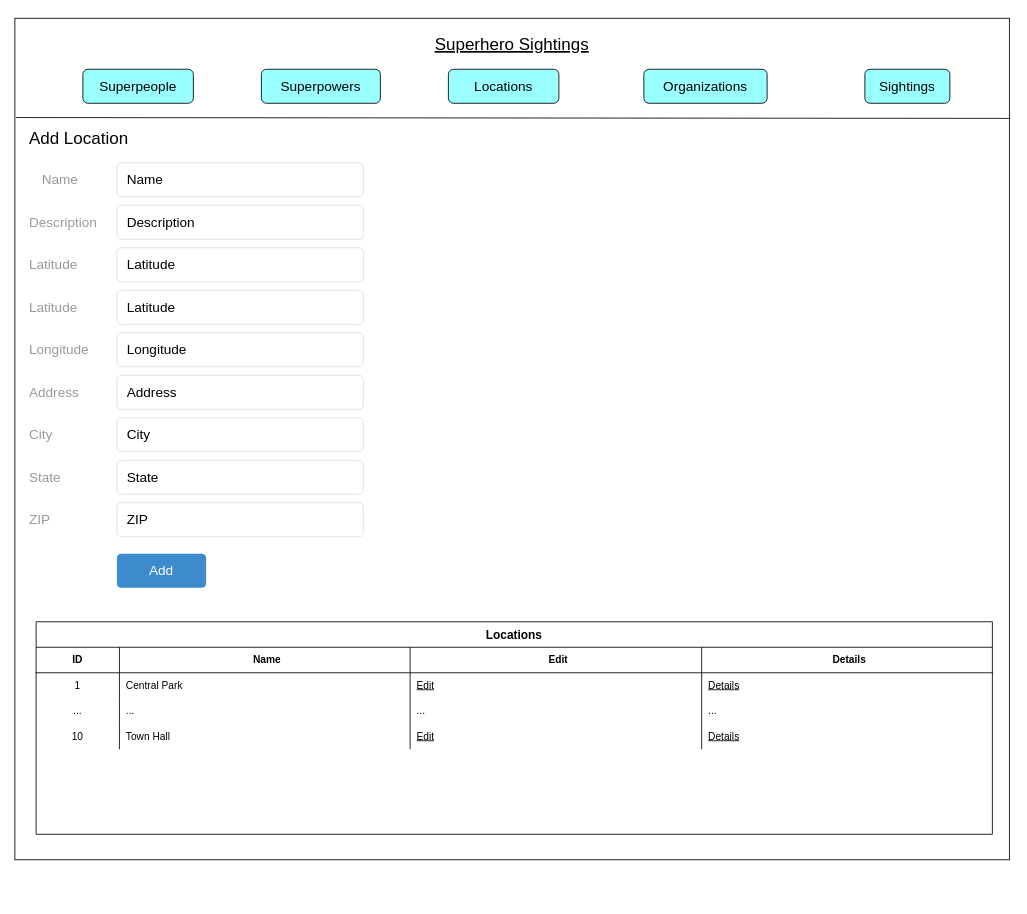
The-Software-Guild/superhero-sightings-assessment-austinwongdev keeps this draw.io diagram as page "Location add/list" (10 of 21) of superpersonsightings-wireframes.drawio. Above is the earlier version. Source tidied: cells renumbered, new cells numbered last; positions are measured from the earlier drawing's top-left corner, leaving out a move shared by most shapes. Both pictures are drawn from the tidied source at 85%, with x=0, y=0 at pixel (14, 18).
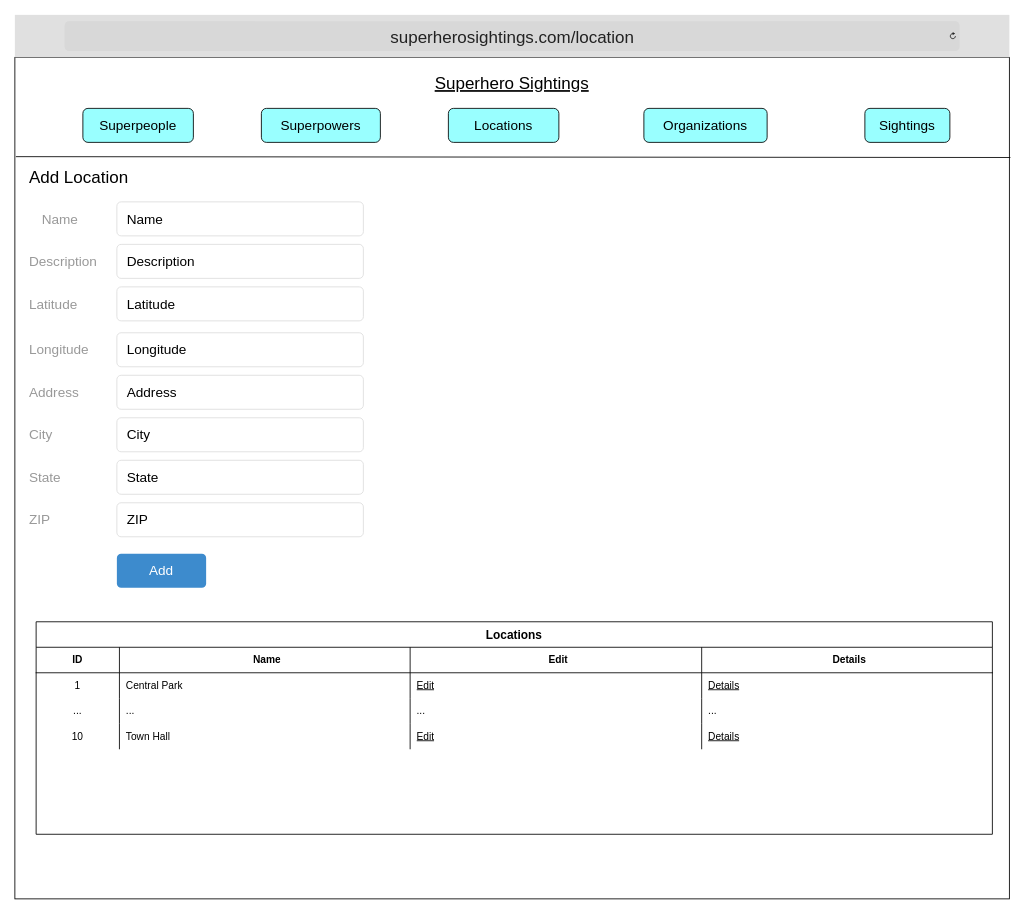
Above is the later version.

Change to the diagram source:
```diff
@@
     <mxCell id="2" style="rounded=0;whiteSpace=wrap;html=1;fontColor=#000000;strokeColor=#000000;" parent="1" vertex="1">
-      <mxGeometry width="1170" height="990" as="geometry" />
+      <mxGeometry y="46" width="1170" height="990" as="geometry" />
     </mxCell>
     <mxCell id="3" style="html=1;shadow=0;dashed=0;shape=mxgraph.bootstrap.rect;strokeColor=none;whiteSpace=wrap;rounded=0;fontSize=12;fontColor=#000000;align=center;fillColor=none;" parent="1" vertex="1">
-      <mxGeometry x="10" y="60" width="1150" height="40" as="geometry" />
+      <mxGeometry x="10" y="106" width="1150" height="40" as="geometry" />
     </mxCell>
@@
     <mxCell id="9" value="&lt;font style=&quot;font-size: 20px&quot; color=&quot;#000000&quot;&gt;Add Location&lt;/font&gt;" style="html=1;shadow=0;dashed=0;shape=mxgraph.bootstrap.rect;strokeColor=none;fillColor=none;fontColor=#999999;align=left;spacingLeft=5;whiteSpace=wrap;rounded=0;" parent="1" vertex="1">
-      <mxGeometry x="10" y="130" width="200" height="20" as="geometry" />
+      <mxGeometry x="10" y="176" width="200" height="20" as="geometry" />
     </mxCell>
     <mxCell id="10" value="&lt;font style=&quot;font-size: 20px&quot;&gt;&lt;u&gt;Superhero Sightings&lt;/u&gt;&lt;/font&gt;" style="text;html=1;strokeColor=none;fillColor=none;align=center;verticalAlign=middle;whiteSpace=wrap;rounded=0;fontColor=#000000;" parent="1" vertex="1">
-      <mxGeometry x="475" y="20" width="220" height="20" as="geometry" />
+      <mxGeometry x="475" y="66" width="220" height="20" as="geometry" />
     </mxCell>
     <mxCell id="11" style="endArrow=none;html=1;fontColor=#000000;exitX=0.001;exitY=0.118;exitDx=0;exitDy=0;exitPerimeter=0;entryX=1.001;entryY=0.119;entryDx=0;entryDy=0;entryPerimeter=0;" parent="1" edge="1">
       <mxGeometry relative="1" as="geometry">
-        <mxPoint x="1.2" y="116.8" as="sourcePoint" />
-        <mxPoint x="1171.2" y="117.8" as="targetPoint" />
+        <mxPoint x="1.2" y="162.8" as="sourcePoint" />
+        <mxPoint x="1171.2" y="163.8" as="targetPoint" />
       </mxGeometry>
     </mxCell>
@@
     <mxCell id="33" value="&lt;font style=&quot;font-size: 16px&quot;&gt;Name&lt;/font&gt;" style="html=1;shadow=0;dashed=0;shape=mxgraph.bootstrap.rect;strokeColor=none;fillColor=none;fontColor=#999999;align=left;spacingLeft=5;whiteSpace=wrap;rounded=0;" parent="1" vertex="1">
-      <mxGeometry x="25" y="180" width="60" height="20" as="geometry" />
+      <mxGeometry x="25" y="226" width="60" height="20" as="geometry" />
     </mxCell>
     <mxCell id="34" value="Name" style="html=1;shadow=0;dashed=0;shape=mxgraph.bootstrap.rrect;rSize=5;strokeColor=#dddddd;align=left;spacingLeft=10;fontSize=16;whiteSpace=wrap;rounded=0;" parent="1" vertex="1">
-      <mxGeometry x="120" y="170" width="290" height="40" as="geometry" />
+      <mxGeometry x="120" y="216" width="290" height="40" as="geometry" />
     </mxCell>
     <mxCell id="35" value="&lt;font style=&quot;font-size: 16px&quot;&gt;Description&lt;/font&gt;" style="html=1;shadow=0;dashed=0;shape=mxgraph.bootstrap.rect;strokeColor=none;fillColor=none;fontColor=#999999;align=left;spacingLeft=5;whiteSpace=wrap;rounded=0;" parent="1" vertex="1">
-      <mxGeometry x="10" y="230" width="60" height="20" as="geometry" />
+      <mxGeometry x="10" y="276" width="60" height="20" as="geometry" />
     </mxCell>
     <mxCell id="36" value="Description" style="html=1;shadow=0;dashed=0;shape=mxgraph.bootstrap.rrect;rSize=5;strokeColor=#dddddd;align=left;spacingLeft=10;fontSize=16;whiteSpace=wrap;rounded=0;" parent="1" vertex="1">
-      <mxGeometry x="120" y="220" width="290" height="40" as="geometry" />
+      <mxGeometry x="120" y="266" width="290" height="40" as="geometry" />
     </mxCell>
@@
     <mxCell id="38" value="&lt;font style=&quot;font-size: 16px&quot;&gt;Latitude&lt;/font&gt;" style="html=1;shadow=0;dashed=0;shape=mxgraph.bootstrap.rect;strokeColor=none;fillColor=none;fontColor=#999999;align=left;spacingLeft=5;whiteSpace=wrap;rounded=0;" parent="1" vertex="1">
-      <mxGeometry x="10" y="280" width="60" height="20" as="geometry" />
+      <mxGeometry x="10" y="326" width="60" height="20" as="geometry" />
     </mxCell>
     <mxCell id="39" value="Latitude" style="html=1;shadow=0;dashed=0;shape=mxgraph.bootstrap.rrect;rSize=5;strokeColor=#dddddd;align=left;spacingLeft=10;fontSize=16;whiteSpace=wrap;rounded=0;" parent="1" vertex="1">
-      <mxGeometry x="120" y="270" width="290" height="40" as="geometry" />
+      <mxGeometry x="120" y="316" width="290" height="40" as="geometry" />
     </mxCell>
-    <mxCell id="40" value="&lt;font style=&quot;font-size: 16px&quot;&gt;Latitude&lt;/font&gt;" style="html=1;shadow=0;dashed=0;shape=mxgraph.bootstrap.rect;strokeColor=none;fillColor=none;fontColor=#999999;align=left;spacingLeft=5;whiteSpace=wrap;rounded=0;" parent="1" vertex="1">
-      <mxGeometry x="10" y="330" width="60" height="20" as="geometry" />
-    </mxCell>
-    <mxCell id="41" value="Latitude" style="html=1;shadow=0;dashed=0;shape=mxgraph.bootstrap.rrect;rSize=5;strokeColor=#dddddd;align=left;spacingLeft=10;fontSize=16;whiteSpace=wrap;rounded=0;" parent="1" vertex="1">
-      <mxGeometry x="120" y="320" width="290" height="40" as="geometry" />
-    </mxCell>
@@
+    <mxCell id="52" value="&lt;font style=&quot;font-size: 20px&quot;&gt;superherosightings.com/location&lt;/font&gt;" style="html=1;strokeWidth=1;shadow=0;dashed=0;shape=mxgraph.ios7ui.url;fillColor=#e0e0e0;strokeColor=#c0c0c0;buttonText=;strokeColor2=#222222;fontColor=#222222;fontSize=8;spacingTop=2;align=center;" parent="1" vertex="1">
+      <mxGeometry y="-4" width="1170" height="50" as="geometry" />
+    </mxCell>
```
